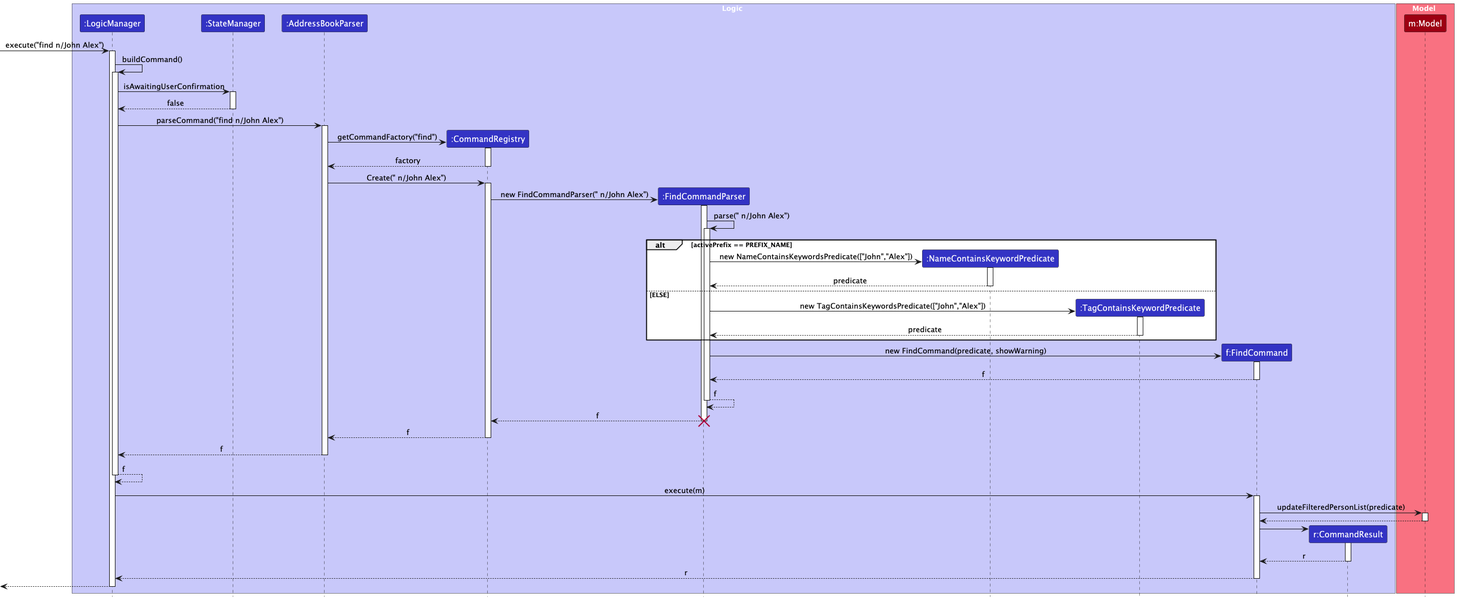
Itsdaodao/tp keeps this PlantUML diagram as docs/images/FindSequenceDiagram.png. Above is the earlier version.
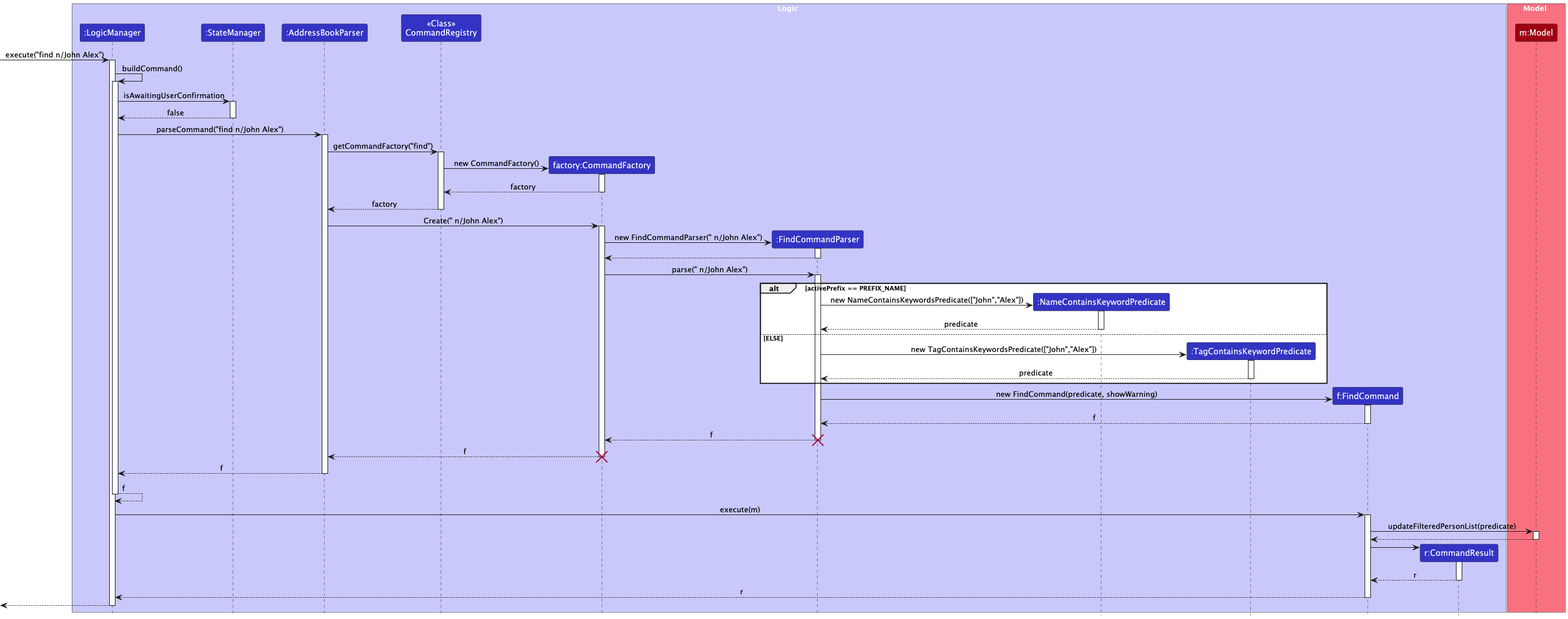
The same file after the commit.

Commit message:
Update find sequence diagram

What changed in the source:
```diff
@@ -6,7 +6,8 @@
 participant ":LogicManager" as LogicManager LOGIC_COLOR
 participant ":StateManager" as StateManager LOGIC_COLOR
 participant ":AddressBookParser" as AddressBookParser LOGIC_COLOR
-participant ":CommandRegistry" as CommandRegistry LOGIC_COLOR
+participant "<<Class>>\nCommandRegistry" as CommandRegistry LOGIC_COLOR
+participant "factory:CommandFactory" as CommandFactory LOGIC_COLOR
 participant ":FindCommandParser" as FindCommandParser LOGIC_COLOR
 participant ":NameContainsKeywordPredicate" as PredicateN LOGIC_COLOR
 participant ":TagContainsKeywordPredicate" as PredicateT LOGIC_COLOR
@@ -33,21 +34,30 @@
 LogicManager -> AddressBookParser : parseCommand("find n/John Alex")
 activate AddressBookParser
 
-create CommandRegistry
 AddressBookParser -> CommandRegistry : getCommandFactory("find")
 activate CommandRegistry
+
+create CommandFactory
+CommandRegistry -> CommandFactory : new CommandFactory()
+activate CommandFactory
+
+CommandFactory --> CommandRegistry : factory
+deactivate CommandFactory
 
 CommandRegistry --> AddressBookParser : factory
 deactivate CommandRegistry
 
-AddressBookParser -> CommandRegistry : Create(" n/John Alex")
-activate CommandRegistry
+AddressBookParser -> CommandFactory : Create(" n/John Alex")
+activate CommandFactory
 
 create FindCommandParser
-CommandRegistry -> FindCommandParser : new FindCommandParser(" n/John Alex")
+CommandFactory -> FindCommandParser : new FindCommandParser(" n/John Alex")
 activate FindCommandParser
 
-FindCommandParser -> FindCommandParser : parse(" n/John Alex")
+FindCommandParser --> CommandFactory
+deactivate FindCommandParser
+
+CommandFactory -> FindCommandParser : parse(" n/John Alex")
 activate FindCommandParser
 
 alt activePrefix == PREFIX_NAME
@@ -73,14 +83,11 @@
 FindCommand --> FindCommandParser : f
 deactivate FindCommand
 
-FindCommandParser --> FindCommandParser: f
-deactivate FindCommandParser
-
-FindCommandParser --> CommandRegistry : f
+FindCommandParser --> CommandFactory : f
 destroy FindCommandParser
 
-CommandRegistry --> AddressBookParser : f
-deactivate CommandRegistry
+CommandFactory --> AddressBookParser : f
+destroy CommandFactory
 
 AddressBookParser --> LogicManager : f
 deactivate AddressBookParser
```
